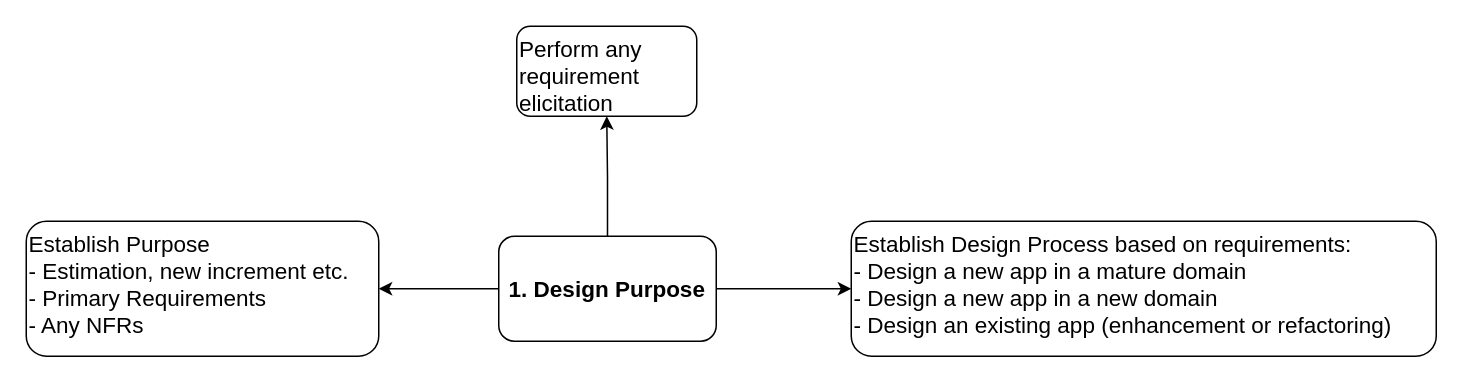
The draw.io diagram page "1.DesignPurpose" (2 of 6) of SolutionArchitectureProcess.drawio in Gaur4vGaur/probable-octo, before the edit. Source tidied: cells renumbered, new cells numbered last; positions are measured from the earlier drawing's top-left corner, leaving out a move shared by most shapes. Both pictures are drawn from the tidied source at 150%, with x=0, y=0 at pixel (26, 26).
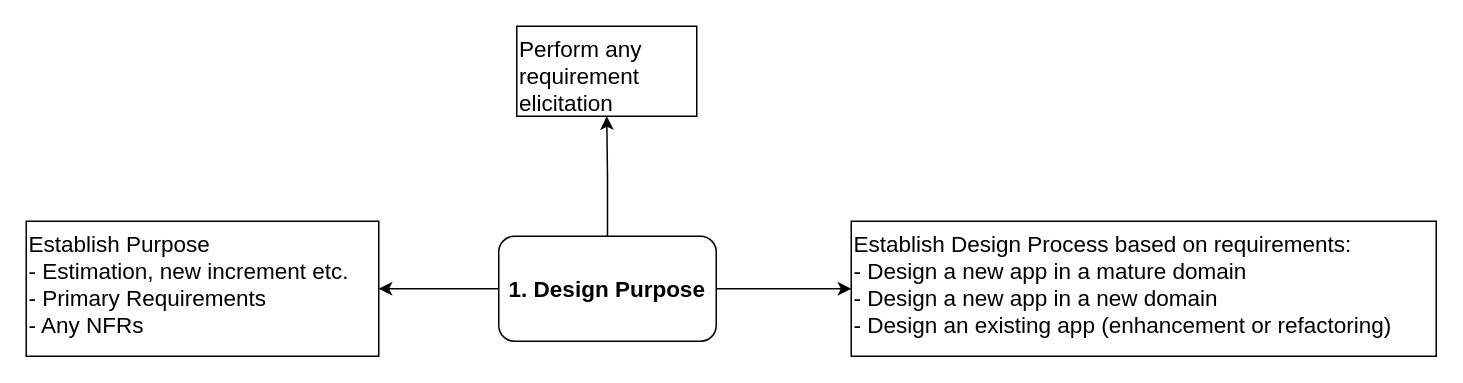
After the change.

The edit, as a diff of the source:
```diff
@@
 <mxGraphModel>
   <root>
     <mxCell id="0" />
     <mxCell id="1" parent="0" />
     <mxCell id="2" style="edgeStyle=orthogonalEdgeStyle;rounded=0;jettySize=auto;html=1;fontFamily=Helvetica;fontSize=15;fontColor=default;" parent="1" edge="1" source="5" target="6">
       <mxGeometry relative="1" as="geometry" />
     </mxCell>
     <mxCell id="3" style="edgeStyle=orthogonalEdgeStyle;rounded=0;jettySize=auto;html=1;fontFamily=Helvetica;fontSize=15;fontColor=default;" parent="1" edge="1" source="5" target="7">
       <mxGeometry relative="1" as="geometry" />
     </mxCell>
     <mxCell id="4" style="edgeStyle=orthogonalEdgeStyle;rounded=0;jettySize=auto;html=1;fontFamily=Helvetica;fontSize=15;fontColor=default;" parent="1" edge="1" source="5" target="8">
       <mxGeometry relative="1" as="geometry" />
     </mxCell>
     <mxCell id="5" value="1. Design Purpose" style="rounded=1;whiteSpace=wrap;html=1;fontSize=15;fontStyle=1;" parent="1" vertex="1">
       <mxGeometry x="315" y="140" width="145" height="70" as="geometry" />
     </mxCell>
-    <mxCell id="6" value="&lt;span style=&quot;font-weight: normal;&quot;&gt;Establish Purpose&lt;br&gt;- Estimation, new increment etc.&lt;br&gt;- Primary Requirements&lt;br&gt;- Any NFRs&lt;br&gt;&lt;/span&gt;" style="whiteSpace=wrap;html=1;fontSize=15;rounded=1;fontStyle=1;align=left;verticalAlign=top;" parent="1" vertex="1">
+    <mxCell id="6" value="&lt;span style=&quot;font-weight: normal;&quot;&gt;Establish Purpose&lt;br&gt;- Estimation, new increment etc.&lt;br&gt;- Primary Requirements&lt;br&gt;- Any NFRs&lt;br&gt;&lt;/span&gt;" style="whiteSpace=wrap;html=1;fontSize=15;rounded=0;fontStyle=1;align=left;verticalAlign=top;" parent="1" vertex="1">
       <mxGeometry y="130" width="235" height="90" as="geometry" />
     </mxCell>
-    <mxCell id="7" value="Perform any requirement elicitation" style="whiteSpace=wrap;html=1;fontSize=15;rounded=1;fontStyle=0;align=left;verticalAlign=top;" parent="1" vertex="1">
+    <mxCell id="7" value="Perform any requirement elicitation" style="whiteSpace=wrap;html=1;fontSize=15;rounded=0;fontStyle=0;align=left;verticalAlign=top;" parent="1" vertex="1">
       <mxGeometry x="327" width="120" height="60" as="geometry" />
     </mxCell>
-    <mxCell id="8" value="&lt;span style=&quot;font-weight: normal;&quot;&gt;Establish Design Process based on requirements:&lt;br&gt;- Design a new app in a mature domain&lt;br&gt;- Design a new app in a new domain&lt;br&gt;- Design an existing app (enhancement or refactoring)&lt;br&gt;&lt;/span&gt;" style="whiteSpace=wrap;html=1;fontSize=15;rounded=1;fontStyle=1;align=left;verticalAlign=top;" parent="1" vertex="1">
+    <mxCell id="8" value="&lt;span style=&quot;font-weight: normal;&quot;&gt;Establish Design Process based on requirements:&lt;br&gt;- Design a new app in a mature domain&lt;br&gt;- Design a new app in a new domain&lt;br&gt;- Design an existing app (enhancement or refactoring)&lt;br&gt;&lt;/span&gt;" style="whiteSpace=wrap;html=1;fontSize=15;rounded=0;fontStyle=1;align=left;verticalAlign=top;" parent="1" vertex="1">
       <mxGeometry x="550" y="130" width="390" height="90" as="geometry" />
     </mxCell>
   </root>
 </mxGraphModel>
```
